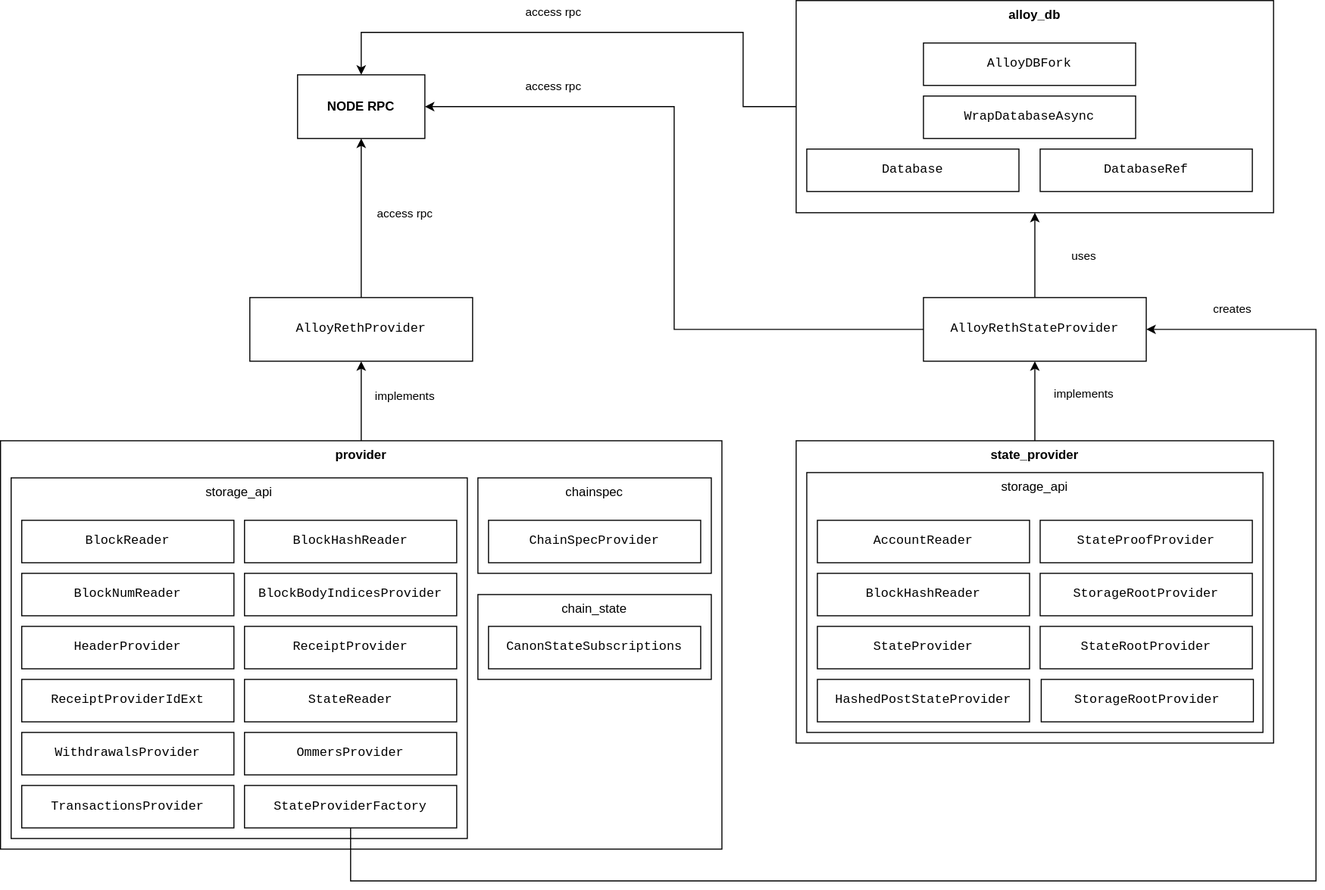
cakevm/alloy-reth-provider keeps this draw.io diagram as .github/assets/architecture.svg. Above is the earlier version. Source tidied: cells renumbered, new cells last; positions are measured from the earlier drawing's top-left corner, leaving out a move shared by most shapes.
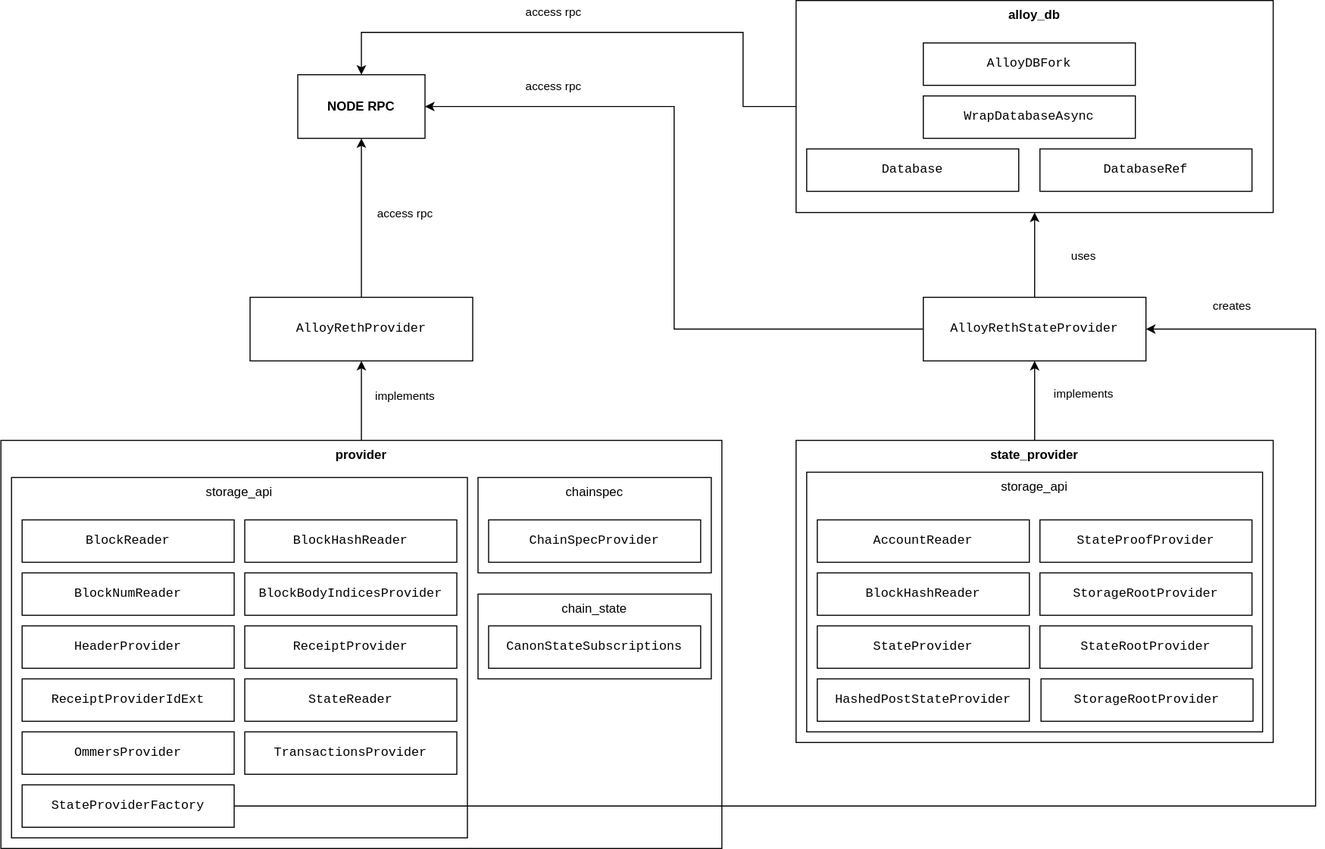
The same diagram one commit later.

Diff of the diagram source:
```diff
@@ -27,7 +27,7 @@
       <mxGeometry x="20" y="590" width="200" height="40" as="geometry" />
     </mxCell>
     <mxCell id="10" value="&lt;div style=&quot;&quot;&gt;&lt;pre style=&quot;&quot;&gt;&lt;div style=&quot;&quot;&gt;&lt;pre style=&quot;&quot;&gt;&lt;div style=&quot;&quot;&gt;&lt;pre style=&quot;&quot;&gt;&lt;div style=&quot;&quot;&gt;&lt;pre style=&quot;&quot;&gt;OmmersProvider&lt;/pre&gt;&lt;/div&gt;&lt;/pre&gt;&lt;/div&gt;&lt;/pre&gt;&lt;/div&gt;&lt;/pre&gt;&lt;/div&gt;" style="rounded=0;whiteSpace=wrap;html=1;" parent="1" vertex="1">
-      <mxGeometry x="230" y="690" width="200" height="40" as="geometry" />
+      <mxGeometry x="20" y="690" width="200" height="40" as="geometry" />
     </mxCell>
     <mxCell id="11" value="&lt;div style=&quot;&quot;&gt;&lt;pre style=&quot;&quot;&gt;&lt;div style=&quot;&quot;&gt;&lt;pre style=&quot;&quot;&gt;&lt;div style=&quot;&quot;&gt;&lt;pre style=&quot;&quot;&gt;&lt;div style=&quot;&quot;&gt;&lt;pre style=&quot;&quot;&gt;&lt;div style=&quot;&quot;&gt;&lt;pre style=&quot;&quot;&gt;ReceiptProvider&lt;/pre&gt;&lt;/div&gt;&lt;/pre&gt;&lt;/div&gt;&lt;/pre&gt;&lt;/div&gt;&lt;/pre&gt;&lt;/div&gt;&lt;/pre&gt;&lt;/div&gt;" style="rounded=0;whiteSpace=wrap;html=1;" parent="1" vertex="1">
       <mxGeometry x="230" y="590" width="200" height="40" as="geometry" />
@@ -41,8 +41,7 @@
     <mxCell id="14" style="edgeStyle=orthogonalEdgeStyle;rounded=0;jettySize=auto;html=1;entryX=1;entryY=0.5;entryDx=0;entryDy=0;" parent="1" edge="1" source="16" target="35">
       <mxGeometry relative="1" as="geometry">
         <Array as="points">
-          <mxPoint x="330" y="830" />
-          <mxPoint x="1240" y="830" />
+          <mxPoint x="1240" y="760" />
           <mxPoint x="1240" y="310" />
         </Array>
       </mxGeometry>
@@ -53,14 +52,11 @@
       </mxGeometry>
     </mxCell>
     <mxCell id="16" value="&lt;div style=&quot;&quot;&gt;&lt;pre style=&quot;&quot;&gt;&lt;div style=&quot;&quot;&gt;&lt;pre style=&quot;&quot;&gt;&lt;div style=&quot;&quot;&gt;&lt;pre style=&quot;&quot;&gt;&lt;div style=&quot;&quot;&gt;&lt;pre style=&quot;&quot;&gt;&lt;div style=&quot;&quot;&gt;&lt;pre style=&quot;&quot;&gt;&lt;div style=&quot;&quot;&gt;&lt;pre style=&quot;&quot;&gt;&lt;div style=&quot;&quot;&gt;&lt;pre style=&quot;&quot;&gt;StateProviderFactory&lt;/pre&gt;&lt;/div&gt;&lt;/pre&gt;&lt;/div&gt;&lt;/pre&gt;&lt;/div&gt;&lt;/pre&gt;&lt;/div&gt;&lt;/pre&gt;&lt;/div&gt;&lt;/pre&gt;&lt;/div&gt;&lt;/pre&gt;&lt;/div&gt;" style="rounded=0;whiteSpace=wrap;html=1;" parent="1" vertex="1">
-      <mxGeometry x="230" y="740" width="200" height="40" as="geometry" />
+      <mxGeometry x="20" y="740" width="200" height="40" as="geometry" />
     </mxCell>
     <mxCell id="17" value="&lt;div style=&quot;&quot;&gt;&lt;pre style=&quot;&quot;&gt;&lt;div style=&quot;&quot;&gt;&lt;pre style=&quot;&quot;&gt;&lt;div style=&quot;&quot;&gt;&lt;pre style=&quot;&quot;&gt;&lt;div style=&quot;&quot;&gt;&lt;pre style=&quot;&quot;&gt;&lt;div style=&quot;&quot;&gt;&lt;pre style=&quot;&quot;&gt;&lt;div style=&quot;&quot;&gt;&lt;pre style=&quot;&quot;&gt;&lt;div style=&quot;&quot;&gt;&lt;pre style=&quot;&quot;&gt;&lt;div style=&quot;&quot;&gt;&lt;pre style=&quot;&quot;&gt;&lt;pre&gt;TransactionsProvider&lt;/pre&gt;&lt;/pre&gt;&lt;/div&gt;&lt;/pre&gt;&lt;/div&gt;&lt;/pre&gt;&lt;/div&gt;&lt;/pre&gt;&lt;/div&gt;&lt;/pre&gt;&lt;/div&gt;&lt;/pre&gt;&lt;/div&gt;&lt;/pre&gt;&lt;/div&gt;&lt;/pre&gt;&lt;/div&gt;" style="rounded=0;whiteSpace=wrap;html=1;" parent="1" vertex="1">
-      <mxGeometry x="20" y="740" width="200" height="40" as="geometry" />
+      <mxGeometry x="230" y="690" width="200" height="40" as="geometry" />
     </mxCell>
-    <mxCell id="18" value="&lt;div style=&quot;&quot;&gt;&lt;pre style=&quot;&quot;&gt;&lt;div style=&quot;&quot;&gt;&lt;pre style=&quot;&quot;&gt;&lt;div style=&quot;&quot;&gt;&lt;pre style=&quot;&quot;&gt;&lt;div style=&quot;&quot;&gt;&lt;pre style=&quot;&quot;&gt;&lt;div style=&quot;&quot;&gt;&lt;pre style=&quot;&quot;&gt;&lt;div style=&quot;&quot;&gt;&lt;pre style=&quot;&quot;&gt;&lt;div style=&quot;&quot;&gt;&lt;pre style=&quot;&quot;&gt;&lt;div style=&quot;&quot;&gt;&lt;pre style=&quot;&quot;&gt;&lt;pre&gt;&lt;div style=&quot;&quot;&gt;&lt;pre style=&quot;&quot;&gt;WithdrawalsProvider&lt;/pre&gt;&lt;/div&gt;&lt;/pre&gt;&lt;/pre&gt;&lt;/div&gt;&lt;/pre&gt;&lt;/div&gt;&lt;/pre&gt;&lt;/div&gt;&lt;/pre&gt;&lt;/div&gt;&lt;/pre&gt;&lt;/div&gt;&lt;/pre&gt;&lt;/div&gt;&lt;/pre&gt;&lt;/div&gt;&lt;/pre&gt;&lt;/div&gt;" style="rounded=0;whiteSpace=wrap;html=1;" parent="1" vertex="1">
-      <mxGeometry x="20" y="690" width="200" height="40" as="geometry" />
-    </mxCell>
     <mxCell id="19" value="chainspec" style="rounded=0;whiteSpace=wrap;html=1;verticalAlign=top;" parent="1" vertex="1">
       <mxGeometry x="450" y="450" width="220" height="90" as="geometry" />
     </mxCell>
```
